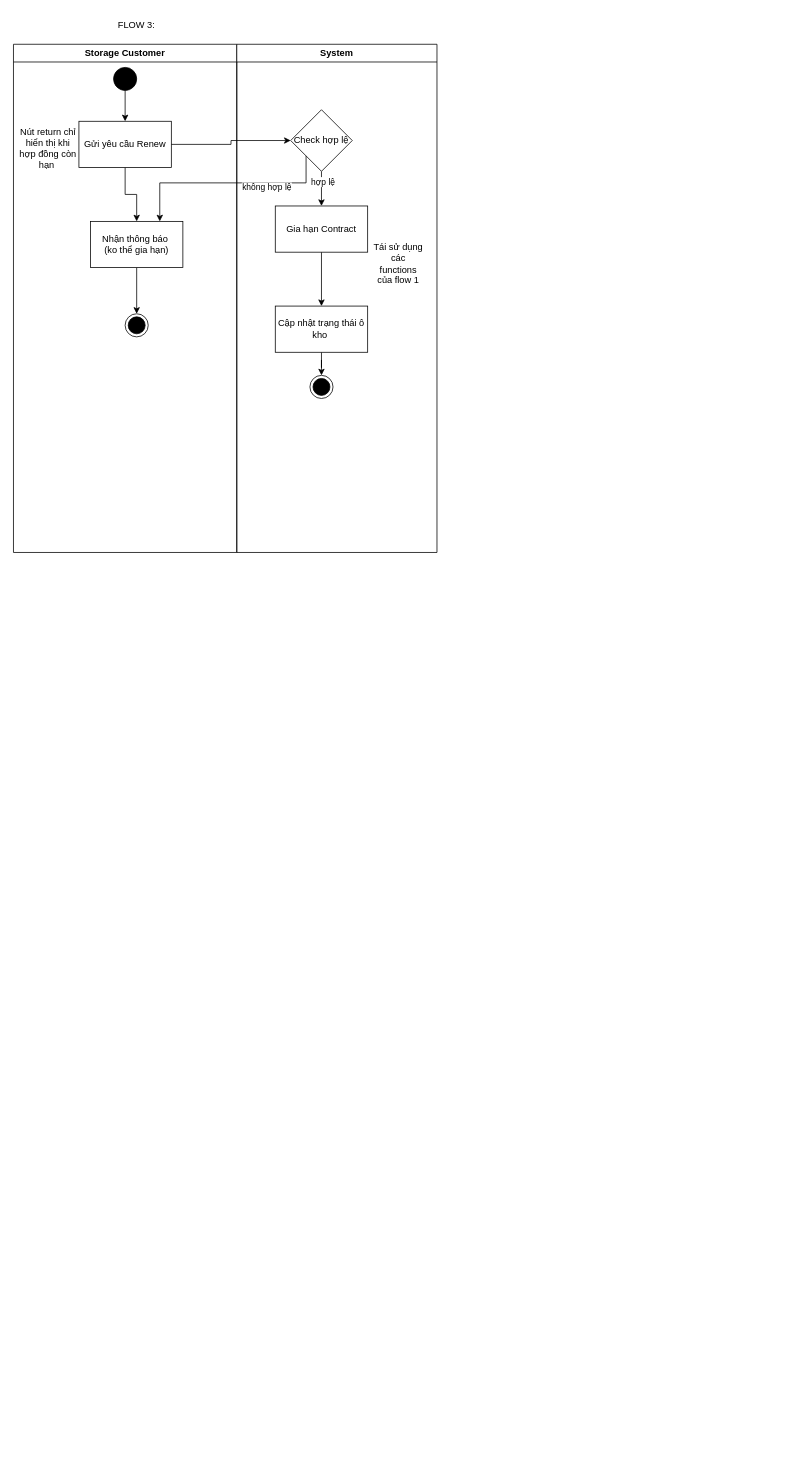
The draw.io diagram docs/diagrams/activity-diagram-flow-3-1-contract-renewal.drawio in Nguyen-Van-Gia-Binh/Self-Storage-Facility-Rental-and-Management-System, before the edit. Source tidied: cells renumbered, new cells numbered last; positions are measured from the earlier drawing's top-left corner, leaving out a move shared by most shapes. Both pictures are drawn from the tidied source at 77%, with x=0, y=0 at pixel (13, 13).
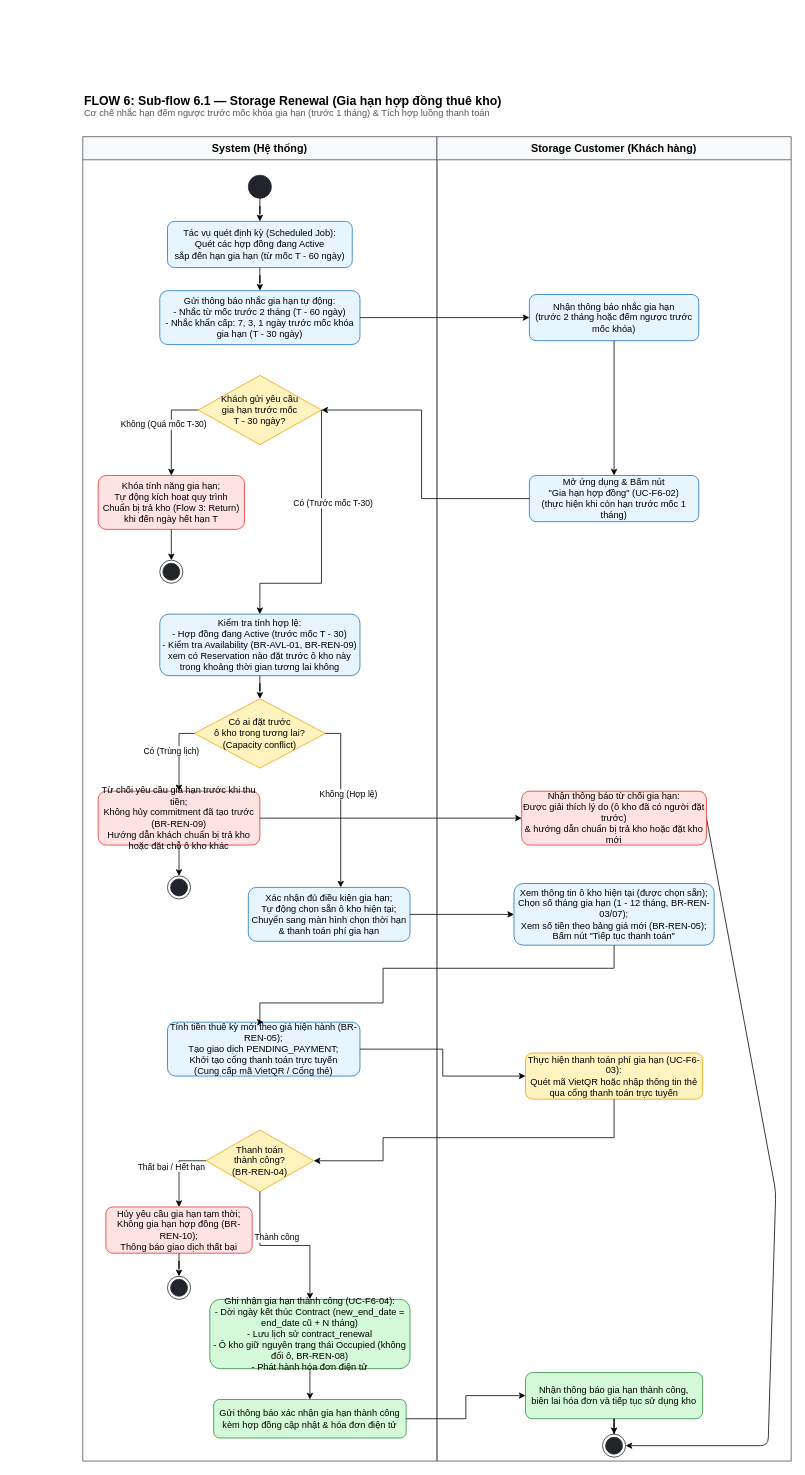
The same page after the edit.

Commit message (it also covers changes not shown here):
docs(contract): chuẩn hóa sơ đồ và tài liệu gia hạn hợp đồng (#35)

What changed in the source:
```diff
@@
-    <mxCell id="2" value="Storage Customer" style="swimlane;whiteSpace=wrap;html=1;" parent="1" vertex="1">
-      <mxGeometry y="40" width="290" height="660" as="geometry" />
-    </mxCell>
-    <mxCell id="3" value="Nút return chỉ hiển thị khi hợp đồng còn hạn&amp;nbsp;" style="text;html=1;whiteSpace=wrap;strokeColor=none;fillColor=none;align=center;verticalAlign=middle;rounded=0;" parent="2" vertex="1">
-      <mxGeometry x="5" y="110" width="80" height="50" as="geometry" />
-    </mxCell>
-    <mxCell id="4" style="edgeStyle=orthogonalEdgeStyle;rounded=0;jettySize=auto;html=1;" parent="2" edge="1" source="5" target="7">
-      <mxGeometry relative="1" as="geometry" />
-    </mxCell>
-    <mxCell id="5" value="Gửi yêu cầu Renew" style="rounded=0;whiteSpace=wrap;html=1;" parent="2" vertex="1">
-      <mxGeometry x="85" y="100" width="120" height="60" as="geometry" />
-    </mxCell>
-    <mxCell id="6" style="edgeStyle=orthogonalEdgeStyle;rounded=0;jettySize=auto;html=1;" parent="2" edge="1" source="7" target="8">
-      <mxGeometry relative="1" as="geometry" />
-    </mxCell>
-    <mxCell id="7" value="Nhận thông báo&amp;nbsp;&lt;br&gt;(ko thể gia hạn)" style="rounded=0;whiteSpace=wrap;html=1;" parent="2" vertex="1">
-      <mxGeometry x="100" y="230" width="120" height="60" as="geometry" />
-    </mxCell>
-    <mxCell id="8" style="ellipse;html=1;shape=endState;fillColor=strokeColor;" parent="2" vertex="1">
-      <mxGeometry x="145" y="350" width="30" height="30" as="geometry" />
-    </mxCell>
-    <mxCell id="9" style="edgeStyle=orthogonalEdgeStyle;rounded=0;jettySize=auto;html=1;" parent="2" edge="1" source="10" target="5">
-      <mxGeometry relative="1" as="geometry" />
-    </mxCell>
-    <mxCell id="10" style="ellipse;fillColor=strokeColor;html=1;" parent="2" vertex="1">
-      <mxGeometry x="130" y="30" width="30" height="30" as="geometry" />
-    </mxCell>
-    <mxCell id="11" value="System" style="swimlane;whiteSpace=wrap;html=1;startSize=23;" parent="1" vertex="1">
-      <mxGeometry x="290" y="40" width="260" height="660" as="geometry" />
-    </mxCell>
-    <mxCell id="12" style="edgeStyle=orthogonalEdgeStyle;rounded=0;jettySize=auto;html=1;" parent="11" edge="1" source="14" target="16">
-      <mxGeometry relative="1" as="geometry" />
-    </mxCell>
-    <mxCell id="13" value="hợp lệ" style="edgeLabel;html=1;align=center;verticalAlign=middle;" parent="12" vertex="1">
-      <mxGeometry x="-0.42" y="1" relative="1" as="geometry" />
-    </mxCell>
-    <mxCell id="14" value="Check hợp lệ" style="rhombus;whiteSpace=wrap;html=1;shapeInside=1;" parent="11" vertex="1">
-      <mxGeometry x="70" y="85" width="80" height="80" as="geometry" />
-    </mxCell>
-    <mxCell id="15" style="edgeStyle=orthogonalEdgeStyle;rounded=0;jettySize=auto;html=1;" parent="11" edge="1" source="16" target="18">
-      <mxGeometry relative="1" as="geometry" />
-    </mxCell>
-    <mxCell id="16" value="Gia hạn Contract" style="rounded=0;whiteSpace=wrap;html=1;" parent="11" vertex="1">
-      <mxGeometry x="50" y="210" width="120" height="60" as="geometry" />
-    </mxCell>
-    <mxCell id="17" style="edgeStyle=orthogonalEdgeStyle;rounded=0;jettySize=auto;html=1;" parent="11" edge="1" source="18" target="20">
-      <mxGeometry relative="1" as="geometry" />
-    </mxCell>
-    <mxCell id="18" value="Cập nhật trạng thái ô kho&amp;nbsp;" style="rounded=0;whiteSpace=wrap;html=1;" parent="11" vertex="1">
-      <mxGeometry x="50" y="340" width="120" height="60" as="geometry" />
-    </mxCell>
-    <mxCell id="19" value="Tái sử dụng các functions của flow 1" style="text;html=1;whiteSpace=wrap;strokeColor=none;fillColor=none;align=center;verticalAlign=middle;rounded=0;" parent="11" vertex="1">
-      <mxGeometry x="175" y="270" width="70" height="30" as="geometry" />
-    </mxCell>
-    <mxCell id="20" style="ellipse;html=1;shape=endState;fillColor=strokeColor;" parent="11" vertex="1">
-      <mxGeometry x="95" y="430" width="30" height="30" as="geometry" />
-    </mxCell>
-    <mxCell id="21" style="edgeStyle=orthogonalEdgeStyle;rounded=0;jettySize=auto;html=1;entryX=0;entryY=0.5;entryDx=0;entryDy=0;" parent="1" edge="1" source="5" target="14">
-      <mxGeometry relative="1" as="geometry" />
-    </mxCell>
-    <mxCell id="22" style="edgeStyle=orthogonalEdgeStyle;rounded=0;jettySize=auto;html=1;exitX=0;exitY=1;exitDx=0;exitDy=0;entryX=0.75;entryY=0;entryDx=0;entryDy=0;" parent="1" edge="1" source="14" target="7">
-      <mxGeometry relative="1" as="geometry">
-        <Array as="points">
-          <mxPoint x="380" y="220" />
-          <mxPoint x="190" y="220" />
-        </Array>
-      </mxGeometry>
-    </mxCell>
-    <mxCell id="23" value="không hợp lệ" style="edgeLabel;html=1;align=center;verticalAlign=middle;" parent="22" vertex="1">
-      <mxGeometry x="-0.53" y="5" relative="1" as="geometry">
-        <mxPoint x="-22" as="offset" />
-      </mxGeometry>
-    </mxCell>
-    <mxCell id="24" value="FLOW 3:" style="text;html=1;whiteSpace=wrap;strokeColor=none;fillColor=none;align=center;verticalAlign=middle;rounded=0;" parent="1" vertex="1">
-      <mxGeometry x="130" width="60" height="30" as="geometry" />
-    </mxCell>
+    <mxCell id="25" value="&lt;b style=&quot;font-size: 16px;&quot;&gt;FLOW 6: Sub-flow 6.1 — Storage Renewal (Gia hạn hợp đồng thuê kho)&lt;/b&gt;&lt;br&gt;&lt;span style=&quot;font-size: 12px; color: #555555;&quot;&gt;Cơ chế nhắc hạn đếm ngược trước mốc khóa gia hạn (trước 1 tháng) &amp;amp; Tích hợp luồng thanh toán&lt;/span&gt;" style="text;html=1;strokeColor=none;fillColor=none;align=left;verticalAlign=middle;rounded=0;" parent="1" vertex="1">
+      <mxGeometry x="90" y="100" width="700" height="40" as="geometry" />
+    </mxCell>
+    <mxCell id="26" value="&lt;b style=&quot;font-size: 14px;&quot;&gt;System (Hệ thống)&lt;/b&gt;" style="swimlane;whiteSpace=wrap;html=1;startSize=30;fillColor=#f8f9fa;strokeColor=#495057;" parent="1" vertex="1">
+      <mxGeometry x="90" y="160" width="460" height="1720" as="geometry" />
+    </mxCell>
+    <mxCell id="27" style="ellipse;fillColor=#212529;strokeColor=#212529;html=1;" parent="26" vertex="1">
+      <mxGeometry x="215" y="50" width="30" height="30" as="geometry" />
+    </mxCell>
+    <mxCell id="28" value="Tác vụ quét định kỳ (Scheduled Job):&#10;Quét các hợp đồng đang Active&#10;sắp đến hạn gia hạn (từ mốc T - 60 ngày)" style="rounded=1;whiteSpace=wrap;html=1;fillColor=#e7f5ff;strokeColor=#1971c2;" parent="26" vertex="1">
+      <mxGeometry x="110" y="110" width="240" height="60" as="geometry" />
+    </mxCell>
+    <mxCell id="29" style="edgeStyle=orthogonalEdgeStyle;rounded=0;jettySize=auto;html=1;" parent="26" edge="1" source="27" target="28">
+      <mxGeometry relative="1" as="geometry" />
+    </mxCell>
+    <mxCell id="30" value="Gửi thông báo nhắc gia hạn tự động:&#10;- Nhắc từ mốc trước 2 tháng (T - 60 ngày)&#10;- Nhắc khẩn cấp: 7, 3, 1 ngày trước mốc khóa gia hạn (T - 30 ngày)" style="rounded=1;whiteSpace=wrap;html=1;fillColor=#e7f5ff;strokeColor=#1971c2;" parent="26" vertex="1">
+      <mxGeometry x="100" y="200" width="260" height="70" as="geometry" />
+    </mxCell>
+    <mxCell id="31" style="edgeStyle=orthogonalEdgeStyle;rounded=0;jettySize=auto;html=1;" parent="26" edge="1" source="28" target="30">
+      <mxGeometry relative="1" as="geometry" />
+    </mxCell>
+    <mxCell id="32" value="Khách gửi yêu cầu&#10;gia hạn trước mốc&#10;T - 30 ngày?" style="rhombus;whiteSpace=wrap;html=1;fillColor=#fff3bf;strokeColor=#f59f00;" parent="26" vertex="1">
+      <mxGeometry x="150" y="310" width="160" height="90" as="geometry" />
+    </mxCell>
+    <mxCell id="33" value="Khóa tính năng gia hạn;&#10;Tự động kích hoạt quy trình&#10;Chuẩn bị trả kho (Flow 3: Return)&#10;khi đến ngày hết hạn T" style="rounded=1;whiteSpace=wrap;html=1;fillColor=#ffe3e3;strokeColor=#e03131;" parent="26" vertex="1">
+      <mxGeometry x="20" y="440" width="190" height="70" as="geometry" />
+    </mxCell>
+    <mxCell id="34" value="Không (Quá mốc T-30)" style="edgeStyle=orthogonalEdgeStyle;rounded=0;jettySize=auto;html=1;" parent="26" edge="1" source="32" target="33">
+      <mxGeometry x="-0.1" y="-10" relative="1" as="geometry">
+        <Array as="points">
+          <mxPoint x="115" y="355" />
+        </Array>
+      </mxGeometry>
+    </mxCell>
+    <mxCell id="35" style="ellipse;html=1;shape=endState;fillColor=#212529;strokeColor=#212529;" parent="26" vertex="1">
+      <mxGeometry x="100" y="550" width="30" height="30" as="geometry" />
+    </mxCell>
+    <mxCell id="36" style="edgeStyle=orthogonalEdgeStyle;rounded=0;jettySize=auto;html=1;" parent="26" edge="1" source="33" target="35">
+      <mxGeometry relative="1" as="geometry" />
+    </mxCell>
+    <mxCell id="37" value="Kiểm tra tính hợp lệ:&#10;- Hợp đồng đang Active (trước mốc T - 30)&#10;- Kiểm tra Availability (BR-AVL-01, BR-REN-09)&#10;xem có Reservation nào đặt trước ô kho này&#10;trong khoảng thời gian tương lai không" style="rounded=1;whiteSpace=wrap;html=1;fillColor=#e7f5ff;strokeColor=#1971c2;" parent="26" vertex="1">
+      <mxGeometry x="100" y="620" width="260" height="80" as="geometry" />
+    </mxCell>
+    <mxCell id="38" value="Có ai đặt trước&#10;ô kho trong tương lai?&#10;(Capacity conflict)" style="rhombus;whiteSpace=wrap;html=1;fillColor=#fff3bf;strokeColor=#f59f00;" parent="26" vertex="1">
+      <mxGeometry x="145" y="730" width="170" height="90" as="geometry" />
+    </mxCell>
+    <mxCell id="39" style="edgeStyle=orthogonalEdgeStyle;rounded=0;jettySize=auto;html=1;" parent="26" edge="1" source="37" target="38">
+      <mxGeometry relative="1" as="geometry" />
+    </mxCell>
+    <mxCell id="40" value="Từ chối yêu cầu gia hạn trước khi thu tiền;&#10;Không hủy commitment đã tạo trước (BR-REN-09)&#10;Hướng dẫn khách chuẩn bị trả kho&#10;hoặc đặt chỗ ô kho khác" style="rounded=1;whiteSpace=wrap;html=1;fillColor=#ffe3e3;strokeColor=#e03131;" parent="26" vertex="1">
+      <mxGeometry x="20" y="850" width="210" height="70" as="geometry" />
+    </mxCell>
+    <mxCell id="41" value="Có (Trùng lịch)" style="edgeStyle=orthogonalEdgeStyle;rounded=0;jettySize=auto;html=1;" parent="26" edge="1" source="38" target="40">
+      <mxGeometry x="-0.1" y="-10" relative="1" as="geometry">
+        <Array as="points">
+          <mxPoint x="125" y="775" />
+        </Array>
+      </mxGeometry>
+    </mxCell>
+    <mxCell id="42" style="ellipse;html=1;shape=endState;fillColor=#212529;strokeColor=#212529;" parent="26" vertex="1">
+      <mxGeometry x="110" y="960" width="30" height="30" as="geometry" />
+    </mxCell>
+    <mxCell id="43" style="edgeStyle=orthogonalEdgeStyle;rounded=0;jettySize=auto;html=1;" parent="26" edge="1" source="40" target="42">
+      <mxGeometry relative="1" as="geometry" />
+    </mxCell>
+    <mxCell id="44" value="Xác nhận đủ điều kiện gia hạn;&#10;Tự động chọn sẵn ô kho hiện tại;&#10;Chuyển sang màn hình chọn thời hạn&#10;&amp;amp; thanh toán phí gia hạn" style="rounded=1;whiteSpace=wrap;html=1;fillColor=#e7f5ff;strokeColor=#1971c2;" parent="26" vertex="1">
+      <mxGeometry x="215" y="975" width="210" height="70" as="geometry" />
+    </mxCell>
+    <mxCell id="45" value="Không (Hợp lệ)" style="edgeStyle=orthogonalEdgeStyle;rounded=0;jettySize=auto;html=1;" parent="26" edge="1" source="38" target="44">
+      <mxGeometry x="-0.1" y="10" relative="1" as="geometry">
+        <Array as="points">
+          <mxPoint x="335" y="775" />
+        </Array>
+      </mxGeometry>
+    </mxCell>
+    <mxCell id="46" value="Tính tiền thuê kỳ mới theo giá hiện hành (BR-REN-05);&#10;Tạo giao dịch PENDING_PAYMENT;&#10;Khởi tạo cổng thanh toán trực tuyến&#10;(Cung cấp mã VietQR / Cổng thẻ)" style="rounded=1;whiteSpace=wrap;html=1;fillColor=#e7f5ff;strokeColor=#1971c2;" parent="26" vertex="1">
+      <mxGeometry x="110" y="1150" width="250" height="70" as="geometry" />
+    </mxCell>
+    <mxCell id="47" value="Thanh toán&#10;thành công?&#10;(BR-REN-04)" style="rhombus;whiteSpace=wrap;html=1;fillColor=#fff3bf;strokeColor=#f59f00;" parent="26" vertex="1">
+      <mxGeometry x="160" y="1290" width="140" height="80" as="geometry" />
+    </mxCell>
+    <mxCell id="48" value="Hủy yêu cầu gia hạn tạm thời;&#10;Không gia hạn hợp đồng (BR-REN-10);&#10;Thông báo giao dịch thất bại" style="rounded=1;whiteSpace=wrap;html=1;fillColor=#ffe3e3;strokeColor=#e03131;" parent="26" vertex="1">
+      <mxGeometry x="30" y="1390" width="190" height="60" as="geometry" />
+    </mxCell>
+    <mxCell id="49" value="Thất bại / Hết hạn" style="edgeStyle=orthogonalEdgeStyle;rounded=0;jettySize=auto;html=1;" parent="26" edge="1" source="47" target="48">
+      <mxGeometry x="-0.1" y="-10" relative="1" as="geometry">
+        <Array as="points">
+          <mxPoint x="125" y="1330" />
+        </Array>
+      </mxGeometry>
+    </mxCell>
+    <mxCell id="50" style="ellipse;html=1;shape=endState;fillColor=#212529;strokeColor=#212529;" parent="26" vertex="1">
+      <mxGeometry x="110" y="1480" width="30" height="30" as="geometry" />
+    </mxCell>
+    <mxCell id="51" style="edgeStyle=orthogonalEdgeStyle;rounded=0;jettySize=auto;html=1;" parent="26" edge="1" source="48" target="50">
+      <mxGeometry relative="1" as="geometry" />
+    </mxCell>
+    <mxCell id="52" value="Ghi nhận gia hạn thành công (UC-F6-04):&#10;- Dời ngày kết thúc Contract (new_end_date = end_date cũ + N tháng)&#10;- Lưu lịch sử contract_renewal&#10;- Ô kho giữ nguyên trạng thái Occupied (không đổi ô, BR-REN-08)&#10;- Phát hành hóa đơn điện tử" style="rounded=1;whiteSpace=wrap;html=1;fillColor=#d3f9d8;strokeColor=#2b8a3e;" parent="26" vertex="1">
+      <mxGeometry x="165" y="1510" width="260" height="90" as="geometry" />
+    </mxCell>
+    <mxCell id="53" value="Thành công" style="edgeStyle=orthogonalEdgeStyle;rounded=0;jettySize=auto;html=1;" parent="26" edge="1" source="47" target="52">
+      <mxGeometry x="-0.1" y="10" relative="1" as="geometry" />
+    </mxCell>
+    <mxCell id="54" value="Gửi thông báo xác nhận gia hạn thành công&#10;kèm hợp đồng cập nhật &amp;amp; hóa đơn điện tử" style="rounded=1;whiteSpace=wrap;html=1;fillColor=#d3f9d8;strokeColor=#2b8a3e;" parent="26" vertex="1">
+      <mxGeometry x="170" y="1640" width="250" height="50" as="geometry" />
+    </mxCell>
+    <mxCell id="55" style="edgeStyle=orthogonalEdgeStyle;rounded=0;jettySize=auto;html=1;" parent="26" edge="1" source="52" target="54">
+      <mxGeometry relative="1" as="geometry" />
+    </mxCell>
+    <mxCell id="56" value="&lt;b style=&quot;font-size: 14px;&quot;&gt;Storage Customer (Khách hàng)&lt;/b&gt;" style="swimlane;whiteSpace=wrap;html=1;startSize=30;fillColor=#f8f9fa;strokeColor=#495057;" parent="1" vertex="1">
+      <mxGeometry x="550" y="160" width="460" height="1720" as="geometry" />
+    </mxCell>
+    <mxCell id="57" value="Nhận thông báo nhắc gia hạn&#10;(trước 2 tháng hoặc đếm ngược trước mốc khóa)" style="rounded=1;whiteSpace=wrap;html=1;fillColor=#e7f5ff;strokeColor=#1971c2;" parent="56" vertex="1">
+      <mxGeometry x="120" y="205" width="220" height="60" as="geometry" />
+    </mxCell>
+    <mxCell id="58" value="Mở ứng dụng &amp;amp; Bấm nút&#10;&quot;Gia hạn hợp đồng&quot; (UC-F6-02)&#10;(thực hiện khi còn hạn trước mốc 1 tháng)" style="rounded=1;whiteSpace=wrap;html=1;fillColor=#e7f5ff;strokeColor=#1971c2;" parent="56" vertex="1">
+      <mxGeometry x="120" y="440" width="220" height="60" as="geometry" />
+    </mxCell>
+    <mxCell id="59" style="edgeStyle=none;html=1;exitX=1;exitY=0.5;exitDx=0;exitDy=0;entryX=1;entryY=0.5;entryDx=0;entryDy=0;" parent="56" edge="1" source="60" target="64">
+      <mxGeometry relative="1" as="geometry">
+        <Array as="points">
+          <mxPoint x="440" y="1370" />
+          <mxPoint x="430" y="1700" />
+        </Array>
+      </mxGeometry>
+    </mxCell>
+    <mxCell id="60" value="Nhận thông báo từ chối gia hạn:&#10;Được giải thích lý do (ô kho đã có người đặt trước)&#10;&amp;amp; hướng dẫn chuẩn bị trả kho hoặc đặt kho mới" style="rounded=1;whiteSpace=wrap;html=1;fillColor=#ffe3e3;strokeColor=#e03131;" parent="56" vertex="1">
+      <mxGeometry x="110" y="850" width="240" height="70" as="geometry" />
+    </mxCell>
+    <mxCell id="61" value="Xem thông tin ô kho hiện tại (được chọn sẵn);&#10;Chọn số tháng gia hạn (1 - 12 tháng, BR-REN-03/07);&#10;Xem số tiền theo bảng giá mới (BR-REN-05);&#10;Bấm nút &quot;Tiếp tục thanh toán&quot;" style="rounded=1;whiteSpace=wrap;html=1;fillColor=#e7f5ff;strokeColor=#1971c2;" parent="56" vertex="1">
+      <mxGeometry x="100" y="970" width="260" height="80" as="geometry" />
+    </mxCell>
+    <mxCell id="62" value="Thực hiện thanh toán phí gia hạn (UC-F6-03):&#10;Quét mã VietQR hoặc nhập thông tin thẻ&#10;qua cổng thanh toán trực tuyến" style="rounded=1;whiteSpace=wrap;html=1;fillColor=#fff3bf;strokeColor=#f59f00;" parent="56" vertex="1">
+      <mxGeometry x="115" y="1190" width="230" height="60" as="geometry" />
+    </mxCell>
+    <mxCell id="63" value="Nhận thông báo gia hạn thành công,&#10;biên lai hóa đơn và tiếp tục sử dụng kho" style="rounded=1;whiteSpace=wrap;html=1;fillColor=#d3f9d8;strokeColor=#2b8a3e;" parent="56" vertex="1">
+      <mxGeometry x="115" y="1605" width="230" height="60" as="geometry" />
+    </mxCell>
+    <mxCell id="64" style="ellipse;html=1;shape=endState;fillColor=#212529;strokeColor=#212529;" parent="56" vertex="1">
+      <mxGeometry x="215" y="1685" width="30" height="30" as="geometry" />
+    </mxCell>
+    <mxCell id="65" style="edgeStyle=orthogonalEdgeStyle;rounded=0;jettySize=auto;html=1;" parent="56" edge="1" source="63" target="64">
+      <mxGeometry relative="1" as="geometry" />
+    </mxCell>
+    <mxCell id="66" style="edgeStyle=orthogonalEdgeStyle;rounded=0;jettySize=auto;html=1;entryX=0;entryY=0.5;entryDx=0;entryDy=0;" parent="1" edge="1" source="30" target="57">
+      <mxGeometry relative="1" as="geometry" />
+    </mxCell>
+    <mxCell id="67" style="edgeStyle=orthogonalEdgeStyle;rounded=0;jettySize=auto;html=1;entryX=0.5;entryY=0;entryDx=0;entryDy=0;" parent="1" edge="1" source="57" target="58">
+      <mxGeometry relative="1" as="geometry" />
+    </mxCell>
+    <mxCell id="68" style="edgeStyle=orthogonalEdgeStyle;rounded=0;jettySize=auto;html=1;entryX=1;entryY=0.5;entryDx=0;entryDy=0;" parent="1" edge="1" source="58" target="32">
+      <mxGeometry relative="1" as="geometry">
+        <Array as="points">
+          <mxPoint x="530" y="630" />
+          <mxPoint x="530" y="515" />
+        </Array>
+      </mxGeometry>
+    </mxCell>
+    <mxCell id="69" value="Có (Trước mốc T-30)" style="edgeStyle=orthogonalEdgeStyle;rounded=0;jettySize=auto;html=1;entryX=0.5;entryY=0;entryDx=0;entryDy=0;" parent="1" edge="1" source="32" target="37">
+      <mxGeometry x="-0.3" y="15" relative="1" as="geometry">
+        <Array as="points">
+          <mxPoint x="400" y="515" />
+          <mxPoint x="400" y="740" />
+          <mxPoint x="320" y="740" />
+        </Array>
+      </mxGeometry>
+    </mxCell>
+    <mxCell id="70" style="edgeStyle=orthogonalEdgeStyle;rounded=0;jettySize=auto;html=1;entryX=0;entryY=0.5;entryDx=0;entryDy=0;" parent="1" edge="1" source="44" target="61">
+      <mxGeometry relative="1" as="geometry" />
+    </mxCell>
+    <mxCell id="71" style="edgeStyle=orthogonalEdgeStyle;rounded=0;jettySize=auto;html=1;entryX=0;entryY=0.5;entryDx=0;entryDy=0;" parent="1" edge="1" source="40" target="60">
+      <mxGeometry relative="1" as="geometry" />
+    </mxCell>
+    <mxCell id="72" style="edgeStyle=orthogonalEdgeStyle;rounded=0;jettySize=auto;html=1;entryX=0.5;entryY=0;entryDx=0;entryDy=0;" parent="1" edge="1" source="61" target="46">
+      <mxGeometry relative="1" as="geometry">
+        <Array as="points">
+          <mxPoint x="780" y="1240" />
+          <mxPoint x="480" y="1240" />
+          <mxPoint x="480" y="1285" />
+          <mxPoint x="320" y="1285" />
+        </Array>
+      </mxGeometry>
+    </mxCell>
+    <mxCell id="73" style="edgeStyle=orthogonalEdgeStyle;rounded=0;jettySize=auto;html=1;entryX=0;entryY=0.5;entryDx=0;entryDy=0;" parent="1" edge="1" source="46" target="62">
+      <mxGeometry relative="1" as="geometry" />
+    </mxCell>
+    <mxCell id="74" style="edgeStyle=orthogonalEdgeStyle;rounded=0;jettySize=auto;html=1;entryX=1;entryY=0.5;entryDx=0;entryDy=0;" parent="1" edge="1" source="62" target="47">
+      <mxGeometry relative="1" as="geometry">
+        <Array as="points">
+          <mxPoint x="780" y="1460" />
+          <mxPoint x="480" y="1460" />
+          <mxPoint x="480" y="1490" />
+        </Array>
+      </mxGeometry>
+    </mxCell>
+    <mxCell id="75" style="edgeStyle=orthogonalEdgeStyle;rounded=0;jettySize=auto;html=1;entryX=0;entryY=0.5;entryDx=0;entryDy=0;" parent="1" edge="1" source="54" target="63">
+      <mxGeometry relative="1" as="geometry" />
+    </mxCell>
```
